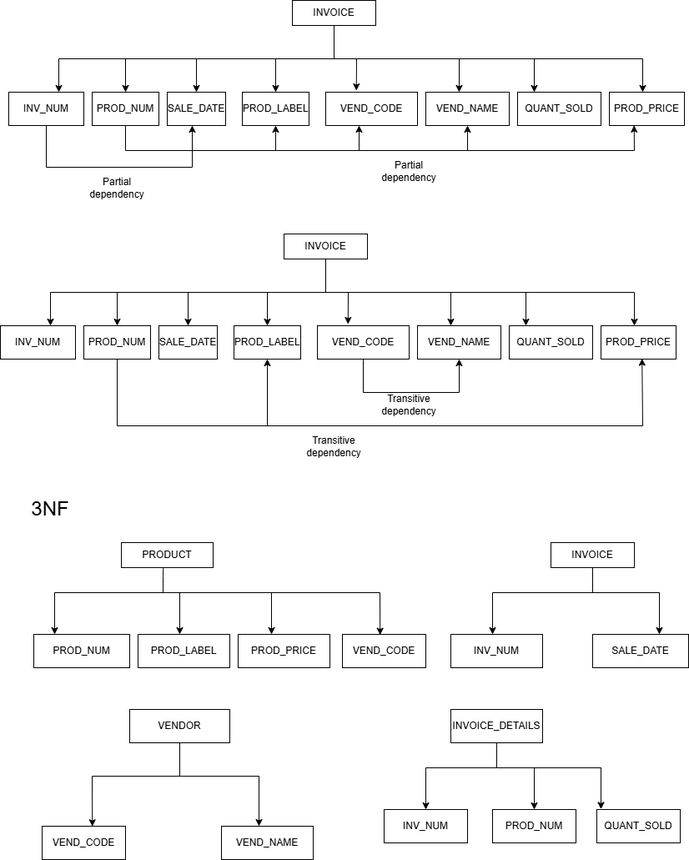
Earlier version of the draw.io export Manivannan_assign3.png (JaikishanMK0701/Projects). Source tidied: cells renumbered, new cells last; positions are measured from the earlier drawing's top-left corner, leaving out a move shared by most shapes.
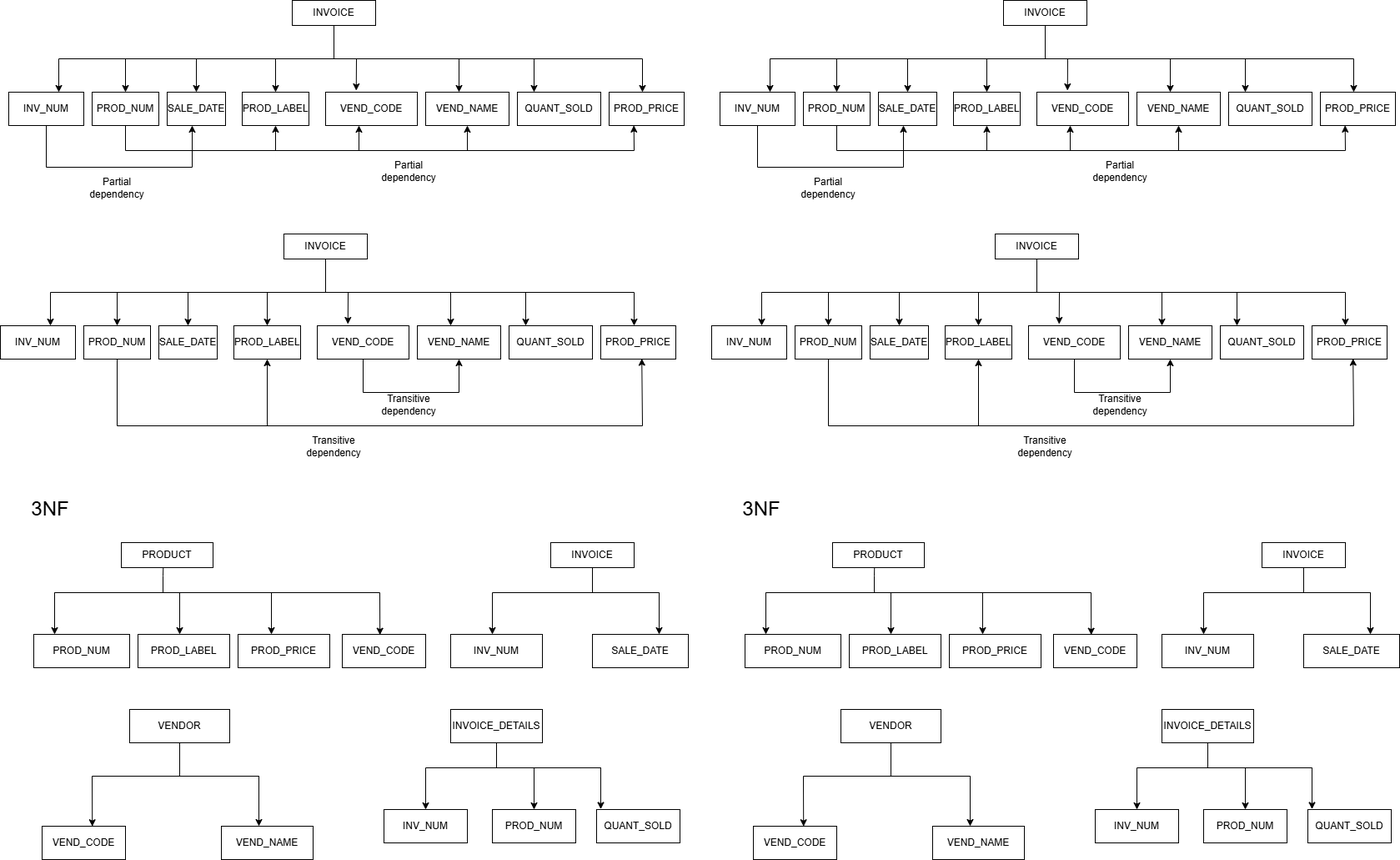
The same diagram one commit later.

Diff of the diagram source:
```diff
@@ -401,5 +401,404 @@
         <mxPoint x="720" y="920" as="sourcePoint" />
       </mxGeometry>
     </mxCell>
+    <mxCell id="88" value="INVOICE" style="rounded=0;whiteSpace=wrap;html=1;" parent="1" vertex="1">
+      <mxGeometry x="1203" width="100" height="30" as="geometry" />
+    </mxCell>
+    <mxCell id="89" style="endArrow=none;html=1;rounded=0;entryX=0.5;entryY=1;entryDx=0;entryDy=0;" parent="1" edge="1" target="88">
+      <mxGeometry relative="1" as="geometry">
+        <mxPoint x="1253" y="70" as="sourcePoint" />
+      </mxGeometry>
+    </mxCell>
+    <mxCell id="90" style="endArrow=none;html=1;rounded=0;" parent="1" edge="1">
+      <mxGeometry relative="1" as="geometry">
+        <mxPoint x="923" y="70" as="sourcePoint" />
+        <mxPoint x="1623" y="70" as="targetPoint" />
+      </mxGeometry>
+    </mxCell>
+    <mxCell id="91" style="endArrow=classic;html=1;rounded=0;" parent="1" edge="1">
+      <mxGeometry relative="1" as="geometry">
+        <mxPoint x="923" y="70" as="sourcePoint" />
+        <mxPoint x="923" y="110" as="targetPoint" />
+      </mxGeometry>
+    </mxCell>
+    <mxCell id="92" value="INV_NUM" style="rounded=0;whiteSpace=wrap;html=1;" parent="1" vertex="1">
+      <mxGeometry x="863" y="110" width="90" height="40" as="geometry" />
+    </mxCell>
+    <mxCell id="93" style="endArrow=classic;html=1;rounded=0;" parent="1" edge="1" target="94">
+      <mxGeometry relative="1" as="geometry">
+        <mxPoint x="1003" y="70" as="sourcePoint" />
+      </mxGeometry>
+    </mxCell>
+    <mxCell id="94" value="PROD_NUM" style="rounded=0;whiteSpace=wrap;html=1;" parent="1" vertex="1">
+      <mxGeometry x="963" y="110" width="80" height="40" as="geometry" />
+    </mxCell>
+    <mxCell id="95" style="endArrow=classic;html=1;rounded=0;" parent="1" edge="1" target="96">
+      <mxGeometry relative="1" as="geometry">
+        <mxPoint x="1088" y="70" as="sourcePoint" />
+      </mxGeometry>
+    </mxCell>
+    <mxCell id="96" value="SALE_DATE" style="rounded=0;whiteSpace=wrap;html=1;" parent="1" vertex="1">
+      <mxGeometry x="1053" y="110" width="70" height="40" as="geometry" />
+    </mxCell>
+    <mxCell id="97" style="endArrow=classic;html=1;rounded=0;" parent="1" edge="1" target="98">
+      <mxGeometry relative="1" as="geometry">
+        <mxPoint x="1183" y="70" as="sourcePoint" />
+      </mxGeometry>
+    </mxCell>
+    <mxCell id="98" value="PROD_LABEL" style="rounded=0;whiteSpace=wrap;html=1;" parent="1" vertex="1">
+      <mxGeometry x="1143" y="110" width="80" height="40" as="geometry" />
+    </mxCell>
+    <mxCell id="99" style="endArrow=classic;html=1;rounded=0;entryX=0.334;entryY=-0.049;entryDx=0;entryDy=0;entryPerimeter=0;" parent="1" edge="1" target="100">
+      <mxGeometry relative="1" as="geometry">
+        <mxPoint x="1280" y="70" as="sourcePoint" />
+      </mxGeometry>
+    </mxCell>
+    <mxCell id="100" value="VEND_CODE" style="rounded=0;whiteSpace=wrap;html=1;" parent="1" vertex="1">
+      <mxGeometry x="1243" y="110" width="110" height="40" as="geometry" />
+    </mxCell>
+    <mxCell id="101" style="endArrow=classic;html=1;rounded=0;" parent="1" edge="1">
+      <mxGeometry relative="1" as="geometry">
+        <mxPoint x="1403" y="70" as="sourcePoint" />
+        <mxPoint x="1403" y="110" as="targetPoint" />
+      </mxGeometry>
+    </mxCell>
+    <mxCell id="102" value="VEND_NAME" style="rounded=0;whiteSpace=wrap;html=1;" parent="1" vertex="1">
+      <mxGeometry x="1363" y="110" width="100" height="40" as="geometry" />
+    </mxCell>
+    <mxCell id="103" style="endArrow=classic;html=1;rounded=0;" parent="1" edge="1">
+      <mxGeometry relative="1" as="geometry">
+        <mxPoint x="1493" y="70" as="sourcePoint" />
+        <mxPoint x="1493" y="110" as="targetPoint" />
+      </mxGeometry>
+    </mxCell>
+    <mxCell id="104" value="QUANT_SOLD" style="rounded=0;whiteSpace=wrap;html=1;" parent="1" vertex="1">
+      <mxGeometry x="1473" y="110" width="100" height="40" as="geometry" />
+    </mxCell>
+    <mxCell id="105" style="endArrow=classic;html=1;rounded=0;" parent="1" edge="1">
+      <mxGeometry relative="1" as="geometry">
+        <mxPoint x="1623" y="70" as="sourcePoint" />
+        <mxPoint x="1623" y="110" as="targetPoint" />
+      </mxGeometry>
+    </mxCell>
+    <mxCell id="106" value="PROD_PRICE" style="rounded=0;whiteSpace=wrap;html=1;" parent="1" vertex="1">
+      <mxGeometry x="1583" y="110" width="90" height="40" as="geometry" />
+    </mxCell>
+    <mxCell id="107" value="Partial dependency" style="text;html=1;align=center;verticalAlign=middle;whiteSpace=wrap;rounded=0;" parent="1" vertex="1">
+      <mxGeometry x="963" y="210" width="60" height="30" as="geometry" />
+    </mxCell>
+    <mxCell id="108" style="endArrow=none;html=1;rounded=0;entryX=0.5;entryY=1;entryDx=0;entryDy=0;" parent="1" edge="1" target="92">
+      <mxGeometry relative="1" as="geometry">
+        <mxPoint x="1083" y="200" as="sourcePoint" />
+        <Array as="points">
+          <mxPoint x="908" y="200" />
+        </Array>
+      </mxGeometry>
+    </mxCell>
+    <mxCell id="109" style="endArrow=classic;html=1;rounded=0;" parent="1" edge="1">
+      <mxGeometry relative="1" as="geometry">
+        <mxPoint x="1083" y="200" as="sourcePoint" />
+        <mxPoint x="1083" y="150" as="targetPoint" />
+      </mxGeometry>
+    </mxCell>
+    <mxCell id="110" style="endArrow=none;html=1;rounded=0;exitX=0.5;exitY=1;exitDx=0;exitDy=0;" parent="1" edge="1" source="94">
+      <mxGeometry relative="1" as="geometry">
+        <mxPoint x="1003" y="180" as="targetPoint" />
+      </mxGeometry>
+    </mxCell>
+    <mxCell id="111" style="endArrow=none;html=1;rounded=0;" parent="1" edge="1">
+      <mxGeometry relative="1" as="geometry">
+        <mxPoint x="1003" y="180" as="sourcePoint" />
+        <mxPoint x="1613" y="180" as="targetPoint" />
+      </mxGeometry>
+    </mxCell>
+    <mxCell id="112" style="endArrow=classic;html=1;rounded=0;entryX=0.5;entryY=1;entryDx=0;entryDy=0;" parent="1" edge="1" target="98">
+      <mxGeometry relative="1" as="geometry">
+        <mxPoint x="1183" y="180" as="sourcePoint" />
+      </mxGeometry>
+    </mxCell>
+    <mxCell id="113" style="endArrow=classic;html=1;rounded=0;" parent="1" edge="1">
+      <mxGeometry relative="1" as="geometry">
+        <mxPoint x="1283" y="180" as="sourcePoint" />
+        <mxPoint x="1283" y="150" as="targetPoint" />
+      </mxGeometry>
+    </mxCell>
+    <mxCell id="114" style="endArrow=classic;html=1;rounded=0;entryX=0.5;entryY=1;entryDx=0;entryDy=0;" parent="1" edge="1" target="102">
+      <mxGeometry relative="1" as="geometry">
+        <mxPoint x="1413" y="180" as="sourcePoint" />
+      </mxGeometry>
+    </mxCell>
+    <mxCell id="115" style="endArrow=classic;html=1;rounded=0;entryX=0.33;entryY=0.996;entryDx=0;entryDy=0;entryPerimeter=0;" parent="1" edge="1" target="106">
+      <mxGeometry relative="1" as="geometry">
+        <mxPoint x="1613" y="180" as="sourcePoint" />
+      </mxGeometry>
+    </mxCell>
+    <mxCell id="116" value="Partial dependency" style="text;html=1;align=center;verticalAlign=middle;whiteSpace=wrap;rounded=0;" parent="1" vertex="1">
+      <mxGeometry x="1313" y="190" width="60" height="30" as="geometry" />
+    </mxCell>
+    <mxCell id="117" value="INVOICE" style="rounded=0;whiteSpace=wrap;html=1;" parent="1" vertex="1">
+      <mxGeometry x="1193" y="280" width="100" height="30" as="geometry" />
+    </mxCell>
+    <mxCell id="118" style="endArrow=none;html=1;rounded=0;entryX=0.5;entryY=1;entryDx=0;entryDy=0;" parent="1" edge="1" target="117">
+      <mxGeometry relative="1" as="geometry">
+        <mxPoint x="1243" y="350" as="sourcePoint" />
+      </mxGeometry>
+    </mxCell>
+    <mxCell id="119" style="endArrow=none;html=1;rounded=0;" parent="1" edge="1">
+      <mxGeometry relative="1" as="geometry">
+        <mxPoint x="913" y="350" as="sourcePoint" />
+        <mxPoint x="1613" y="350" as="targetPoint" />
+      </mxGeometry>
+    </mxCell>
+    <mxCell id="120" style="endArrow=classic;html=1;rounded=0;" parent="1" edge="1">
+      <mxGeometry relative="1" as="geometry">
+        <mxPoint x="913" y="350" as="sourcePoint" />
+        <mxPoint x="913" y="390" as="targetPoint" />
+      </mxGeometry>
+    </mxCell>
+    <mxCell id="121" value="INV_NUM" style="rounded=0;whiteSpace=wrap;html=1;" parent="1" vertex="1">
+      <mxGeometry x="853" y="390" width="90" height="40" as="geometry" />
+    </mxCell>
+    <mxCell id="122" style="endArrow=classic;html=1;rounded=0;" parent="1" edge="1" target="123">
+      <mxGeometry relative="1" as="geometry">
+        <mxPoint x="993" y="350" as="sourcePoint" />
+      </mxGeometry>
+    </mxCell>
+    <mxCell id="123" value="PROD_NUM" style="rounded=0;whiteSpace=wrap;html=1;" parent="1" vertex="1">
+      <mxGeometry x="953" y="390" width="80" height="40" as="geometry" />
+    </mxCell>
+    <mxCell id="124" style="endArrow=classic;html=1;rounded=0;" parent="1" edge="1" target="125">
+      <mxGeometry relative="1" as="geometry">
+        <mxPoint x="1078" y="350" as="sourcePoint" />
+      </mxGeometry>
+    </mxCell>
+    <mxCell id="125" value="SALE_DATE" style="rounded=0;whiteSpace=wrap;html=1;" parent="1" vertex="1">
+      <mxGeometry x="1043" y="390" width="70" height="40" as="geometry" />
+    </mxCell>
+    <mxCell id="126" style="endArrow=classic;html=1;rounded=0;" parent="1" edge="1" target="127">
+      <mxGeometry relative="1" as="geometry">
+        <mxPoint x="1173" y="350" as="sourcePoint" />
+      </mxGeometry>
+    </mxCell>
+    <mxCell id="127" value="PROD_LABEL" style="rounded=0;whiteSpace=wrap;html=1;" parent="1" vertex="1">
+      <mxGeometry x="1133" y="390" width="80" height="40" as="geometry" />
+    </mxCell>
+    <mxCell id="128" style="endArrow=classic;html=1;rounded=0;entryX=0.334;entryY=-0.049;entryDx=0;entryDy=0;entryPerimeter=0;" parent="1" edge="1" target="129">
+      <mxGeometry relative="1" as="geometry">
+        <mxPoint x="1270" y="350" as="sourcePoint" />
+      </mxGeometry>
+    </mxCell>
+    <mxCell id="129" value="VEND_CODE" style="rounded=0;whiteSpace=wrap;html=1;" parent="1" vertex="1">
+      <mxGeometry x="1233" y="390" width="110" height="40" as="geometry" />
+    </mxCell>
+    <mxCell id="130" style="endArrow=classic;html=1;rounded=0;" parent="1" edge="1">
+      <mxGeometry relative="1" as="geometry">
+        <mxPoint x="1393" y="350" as="sourcePoint" />
+        <mxPoint x="1393" y="390" as="targetPoint" />
+      </mxGeometry>
+    </mxCell>
+    <mxCell id="131" value="VEND_NAME" style="rounded=0;whiteSpace=wrap;html=1;" parent="1" vertex="1">
+      <mxGeometry x="1353" y="390" width="100" height="40" as="geometry" />
+    </mxCell>
+    <mxCell id="132" style="endArrow=classic;html=1;rounded=0;" parent="1" edge="1">
+      <mxGeometry relative="1" as="geometry">
+        <mxPoint x="1483" y="350" as="sourcePoint" />
+        <mxPoint x="1483" y="390" as="targetPoint" />
+      </mxGeometry>
+    </mxCell>
+    <mxCell id="133" value="QUANT_SOLD" style="rounded=0;whiteSpace=wrap;html=1;" parent="1" vertex="1">
+      <mxGeometry x="1463" y="390" width="100" height="40" as="geometry" />
+    </mxCell>
+    <mxCell id="134" style="endArrow=classic;html=1;rounded=0;" parent="1" edge="1">
+      <mxGeometry relative="1" as="geometry">
+        <mxPoint x="1613" y="350" as="sourcePoint" />
+        <mxPoint x="1613" y="390" as="targetPoint" />
+      </mxGeometry>
+    </mxCell>
+    <mxCell id="135" value="PROD_PRICE" style="rounded=0;whiteSpace=wrap;html=1;" parent="1" vertex="1">
+      <mxGeometry x="1573" y="390" width="90" height="40" as="geometry" />
+    </mxCell>
+    <mxCell id="136" value="PRODUCT" style="rounded=0;whiteSpace=wrap;html=1;" parent="1" vertex="1">
+      <mxGeometry x="998" y="650" width="110" height="30" as="geometry" />
+    </mxCell>
+    <mxCell id="137" style="endArrow=classic;html=1;rounded=0;" parent="1" edge="1">
+      <mxGeometry relative="1" as="geometry">
+        <mxPoint x="918" y="710" as="sourcePoint" />
+        <mxPoint x="918" y="760" as="targetPoint" />
+      </mxGeometry>
+    </mxCell>
+    <mxCell id="138" style="endArrow=none;html=1;rounded=0;entryX=0.457;entryY=0.998;entryDx=0;entryDy=0;entryPerimeter=0;" parent="1" edge="1" target="136">
+      <mxGeometry relative="1" as="geometry">
+        <mxPoint x="1308" y="710" as="sourcePoint" />
+        <Array as="points">
+          <mxPoint x="918" y="710" />
+          <mxPoint x="1048" y="710" />
+          <mxPoint x="1048" y="690" />
+        </Array>
+      </mxGeometry>
+    </mxCell>
+    <mxCell id="139" value="PROD_NUM" style="rounded=0;whiteSpace=wrap;html=1;" parent="1" vertex="1">
+      <mxGeometry x="893" y="760" width="115" height="40" as="geometry" />
+    </mxCell>
+    <mxCell id="140" style="endArrow=classic;html=1;rounded=0;" parent="1" edge="1">
+      <mxGeometry relative="1" as="geometry">
+        <mxPoint x="1068" y="710" as="sourcePoint" />
+        <mxPoint x="1068" y="760" as="targetPoint" />
+      </mxGeometry>
+    </mxCell>
+    <mxCell id="141" value="PROD_LABEL" style="rounded=0;whiteSpace=wrap;html=1;" parent="1" vertex="1">
+      <mxGeometry x="1018" y="760" width="110" height="40" as="geometry" />
+    </mxCell>
+    <mxCell id="142" style="endArrow=classic;html=1;rounded=0;" parent="1" edge="1">
+      <mxGeometry relative="1" as="geometry">
+        <mxPoint x="1178" y="710" as="sourcePoint" />
+        <mxPoint x="1178" y="760" as="targetPoint" />
+      </mxGeometry>
+    </mxCell>
+    <mxCell id="143" value="PROD_PRICE" style="rounded=0;whiteSpace=wrap;html=1;" parent="1" vertex="1">
+      <mxGeometry x="1138" y="760" width="110" height="40" as="geometry" />
+    </mxCell>
+    <mxCell id="144" style="endArrow=classic;html=1;rounded=0;entryX=0.452;entryY=0.017;entryDx=0;entryDy=0;entryPerimeter=0;" parent="1" edge="1" target="145">
+      <mxGeometry relative="1" as="geometry">
+        <mxPoint x="1308" y="710" as="sourcePoint" />
+      </mxGeometry>
+    </mxCell>
+    <mxCell id="145" value="VEND_CODE" style="rounded=0;whiteSpace=wrap;html=1;" parent="1" vertex="1">
+      <mxGeometry x="1263" y="760" width="100" height="40" as="geometry" />
+    </mxCell>
+    <mxCell id="146" style="endArrow=none;html=1;rounded=0;exitX=0.5;exitY=1;exitDx=0;exitDy=0;" parent="1" edge="1" source="123">
+      <mxGeometry relative="1" as="geometry">
+        <mxPoint x="1623" y="510" as="targetPoint" />
+        <Array as="points">
+          <mxPoint x="993" y="510" />
+        </Array>
+      </mxGeometry>
+    </mxCell>
+    <mxCell id="147" style="endArrow=classic;html=1;rounded=0;entryX=0.5;entryY=1;entryDx=0;entryDy=0;" parent="1" edge="1" target="127">
+      <mxGeometry relative="1" as="geometry">
+        <mxPoint x="1173" y="510" as="sourcePoint" />
+      </mxGeometry>
+    </mxCell>
+    <mxCell id="148" style="endArrow=classic;html=1;rounded=0;entryX=0.547;entryY=0.986;entryDx=0;entryDy=0;entryPerimeter=0;" parent="1" edge="1" target="135">
+      <mxGeometry relative="1" as="geometry">
+        <mxPoint x="1623" y="510" as="sourcePoint" />
+      </mxGeometry>
+    </mxCell>
+    <mxCell id="149" value="Transitive dependency" style="text;html=1;align=center;verticalAlign=middle;whiteSpace=wrap;rounded=0;" parent="1" vertex="1">
+      <mxGeometry x="1223" y="520" width="60" height="30" as="geometry" />
+    </mxCell>
+    <mxCell id="150" style="endArrow=none;html=1;rounded=0;entryX=0.5;entryY=1;entryDx=0;entryDy=0;" parent="1" edge="1" target="129">
+      <mxGeometry relative="1" as="geometry">
+        <mxPoint x="1403" y="470" as="sourcePoint" />
+        <Array as="points">
+          <mxPoint x="1288" y="470" />
+        </Array>
+      </mxGeometry>
+    </mxCell>
+    <mxCell id="151" style="endArrow=classic;html=1;rounded=0;entryX=0.5;entryY=1;entryDx=0;entryDy=0;" parent="1" edge="1" target="131">
+      <mxGeometry relative="1" as="geometry">
+        <mxPoint x="1403" y="470" as="sourcePoint" />
+      </mxGeometry>
+    </mxCell>
+    <mxCell id="152" value="Transitive dependency" style="text;html=1;align=center;verticalAlign=middle;whiteSpace=wrap;rounded=0;" parent="1" vertex="1">
+      <mxGeometry x="1313" y="470" width="60" height="30" as="geometry" />
+    </mxCell>
+    <mxCell id="153" value="INVOICE" style="rounded=0;whiteSpace=wrap;html=1;" parent="1" vertex="1">
+      <mxGeometry x="1513" y="650" width="100" height="30" as="geometry" />
+    </mxCell>
+    <mxCell id="154" style="endArrow=none;html=1;rounded=0;entryX=0.5;entryY=1;entryDx=0;entryDy=0;" parent="1" edge="1" target="153">
+      <mxGeometry relative="1" as="geometry">
+        <mxPoint x="1443" y="710" as="sourcePoint" />
+        <Array as="points">
+          <mxPoint x="1643" y="710" />
+          <mxPoint x="1563" y="710" />
+        </Array>
+      </mxGeometry>
+    </mxCell>
+    <mxCell id="155" style="endArrow=classic;html=1;rounded=0;" parent="1" edge="1">
+      <mxGeometry relative="1" as="geometry">
+        <mxPoint x="1443" y="710" as="sourcePoint" />
+        <mxPoint x="1443" y="760" as="targetPoint" />
+      </mxGeometry>
+    </mxCell>
+    <mxCell id="156" style="endArrow=classic;html=1;rounded=0;" parent="1" edge="1">
+      <mxGeometry relative="1" as="geometry">
+        <mxPoint x="1643" y="710" as="sourcePoint" />
+        <mxPoint x="1643" y="760" as="targetPoint" />
+      </mxGeometry>
+    </mxCell>
+    <mxCell id="157" value="INV_NUM" style="rounded=0;whiteSpace=wrap;html=1;" parent="1" vertex="1">
+      <mxGeometry x="1393" y="760" width="110" height="40" as="geometry" />
+    </mxCell>
+    <mxCell id="158" value="SALE_DATE" style="rounded=0;whiteSpace=wrap;html=1;" parent="1" vertex="1">
+      <mxGeometry x="1563" y="760" width="115" height="40" as="geometry" />
+    </mxCell>
+    <mxCell id="159" value="&lt;font style=&quot;font-size: 24px;&quot;&gt;3NF&lt;/font&gt;" style="text;html=1;align=center;verticalAlign=middle;whiteSpace=wrap;rounded=0;" parent="1" vertex="1">
+      <mxGeometry x="853" y="590" width="120" height="40" as="geometry" />
+    </mxCell>
+    <mxCell id="160" value="VENDOR" style="rounded=0;whiteSpace=wrap;html=1;" parent="1" vertex="1">
+      <mxGeometry x="1008" y="850" width="120" height="40" as="geometry" />
+    </mxCell>
+    <mxCell id="161" style="endArrow=none;html=1;rounded=0;entryX=0.5;entryY=1;entryDx=0;entryDy=0;" parent="1" edge="1" target="160">
+      <mxGeometry relative="1" as="geometry">
+        <mxPoint x="963" y="930" as="sourcePoint" />
+        <Array as="points">
+          <mxPoint x="1163" y="930" />
+          <mxPoint x="1068" y="930" />
+        </Array>
+      </mxGeometry>
+    </mxCell>
+    <mxCell id="162" value="VEND_CODE" style="rounded=0;whiteSpace=wrap;html=1;" parent="1" vertex="1">
+      <mxGeometry x="903" y="990" width="100" height="40" as="geometry" />
+    </mxCell>
+    <mxCell id="163" value="VEND_NAME" style="rounded=0;whiteSpace=wrap;html=1;" parent="1" vertex="1">
+      <mxGeometry x="1118" y="990" width="110" height="40" as="geometry" />
+    </mxCell>
+    <mxCell id="164" style="endArrow=classic;html=1;rounded=0;entryX=0.602;entryY=0.006;entryDx=0;entryDy=0;entryPerimeter=0;" parent="1" edge="1" target="162">
+      <mxGeometry relative="1" as="geometry">
+        <mxPoint x="963" y="930" as="sourcePoint" />
+      </mxGeometry>
+    </mxCell>
+    <mxCell id="165" style="endArrow=classic;html=1;rounded=0;" parent="1" edge="1">
+      <mxGeometry relative="1" as="geometry">
+        <mxPoint x="1163" y="930" as="sourcePoint" />
+        <mxPoint x="1163" y="990" as="targetPoint" />
+      </mxGeometry>
+    </mxCell>
+    <mxCell id="166" value="INVOICE_DETAILS" style="rounded=0;whiteSpace=wrap;html=1;" parent="1" vertex="1">
+      <mxGeometry x="1393" y="850" width="110" height="40" as="geometry" />
+    </mxCell>
+    <mxCell id="167" style="endArrow=none;html=1;rounded=0;exitX=0.5;exitY=1;exitDx=0;exitDy=0;" parent="1" edge="1" source="166">
+      <mxGeometry relative="1" as="geometry">
+        <mxPoint x="1363" y="920" as="targetPoint" />
+        <Array as="points">
+          <mxPoint x="1448" y="920" />
+          <mxPoint x="1573" y="920" />
+        </Array>
+      </mxGeometry>
+    </mxCell>
+    <mxCell id="168" value="INV_NUM" style="rounded=0;whiteSpace=wrap;html=1;" parent="1" vertex="1">
+      <mxGeometry x="1313" y="970" width="100" height="40" as="geometry" />
+    </mxCell>
+    <mxCell id="169" value="PROD_NUM" style="rounded=0;whiteSpace=wrap;html=1;" parent="1" vertex="1">
+      <mxGeometry x="1443" y="970" width="100" height="40" as="geometry" />
+    </mxCell>
+    <mxCell id="170" value="QUANT_SOLD" style="rounded=0;whiteSpace=wrap;html=1;" parent="1" vertex="1">
+      <mxGeometry x="1568" y="970" width="100" height="40" as="geometry" />
+    </mxCell>
+    <mxCell id="171" style="endArrow=classic;html=1;rounded=0;entryX=0.5;entryY=0;entryDx=0;entryDy=0;" parent="1" edge="1" target="168">
+      <mxGeometry relative="1" as="geometry">
+        <mxPoint x="1363" y="920" as="sourcePoint" />
+      </mxGeometry>
+    </mxCell>
+    <mxCell id="172" style="endArrow=classic;html=1;rounded=0;entryX=0.5;entryY=0;entryDx=0;entryDy=0;" parent="1" edge="1" target="169">
+      <mxGeometry relative="1" as="geometry">
+        <mxPoint x="1493" y="920" as="sourcePoint" />
+      </mxGeometry>
+    </mxCell>
+    <mxCell id="173" style="endArrow=classic;html=1;rounded=0;entryX=0.05;entryY=-0.012;entryDx=0;entryDy=0;entryPerimeter=0;" parent="1" edge="1" target="170">
+      <mxGeometry relative="1" as="geometry">
+        <mxPoint x="1573" y="920" as="sourcePoint" />
+      </mxGeometry>
+    </mxCell>
   </root>
 </mxGraphModel>
```
